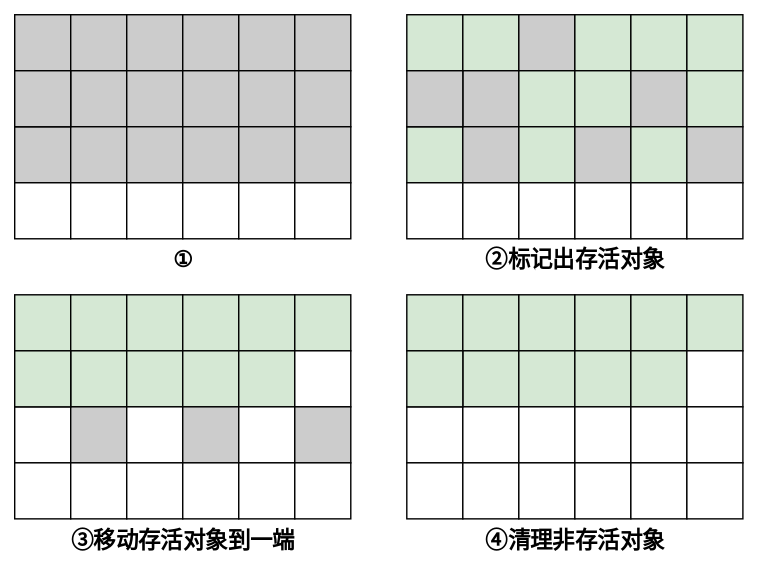
Before: Java/JVM/GC回收机制/标记整理算法.drawio.svg, a diagram exported from draw.io (Developer-Tang/notes). Source tidied: cells renumbered, new cells last; positions are measured from the earlier drawing's top-left corner, leaving out a move shared by most shapes. The source it was exported from:
```xml
<mxGraphModel>
  <root>
    <mxCell id="0" />
    <mxCell id="1" parent="0" />
    <mxCell id="2" style="rounded=0;whiteSpace=wrap;html=1;fillColor=#d5e8d4;strokeColor=#000000;fontSize=16;fontStyle=1;" parent="1" vertex="1">
      <mxGeometry y="200" width="40" height="40" as="geometry" />
    </mxCell>
    <mxCell id="3" style="rounded=0;whiteSpace=wrap;html=1;fillColor=#d5e8d4;strokeColor=#000000;fontSize=16;fontStyle=1;" parent="1" vertex="1">
      <mxGeometry x="40" y="200" width="40" height="40" as="geometry" />
    </mxCell>
    <mxCell id="4" style="rounded=0;whiteSpace=wrap;html=1;fillColor=#d5e8d4;strokeColor=#000000;fontSize=16;fontStyle=1;" parent="1" vertex="1">
      <mxGeometry x="80" y="200" width="40" height="40" as="geometry" />
    </mxCell>
    <mxCell id="5" style="rounded=0;whiteSpace=wrap;html=1;fillColor=#d5e8d4;strokeColor=#000000;fontSize=16;fontStyle=1;" parent="1" vertex="1">
      <mxGeometry x="120" y="200" width="40" height="40" as="geometry" />
    </mxCell>
    <mxCell id="6" style="rounded=0;whiteSpace=wrap;html=1;fillColor=#d5e8d4;strokeColor=#000000;fontSize=16;fontStyle=1;" parent="1" vertex="1">
      <mxGeometry x="160" y="200" width="40" height="40" as="geometry" />
    </mxCell>
    <mxCell id="7" style="rounded=0;whiteSpace=wrap;html=1;fillColor=#d5e8d4;strokeColor=#000000;fontSize=16;fontStyle=1;" parent="1" vertex="1">
      <mxGeometry x="200" y="200" width="40" height="40" as="geometry" />
    </mxCell>
    <mxCell id="8" style="rounded=0;whiteSpace=wrap;html=1;fillColor=#d5e8d4;strokeColor=#000000;fontSize=16;fontStyle=1;" parent="1" vertex="1">
      <mxGeometry x="40" y="240" width="40" height="40" as="geometry" />
    </mxCell>
    <mxCell id="9" style="rounded=0;whiteSpace=wrap;html=1;fillColor=#d5e8d4;strokeColor=#000000;fontSize=16;fontStyle=1;" parent="1" vertex="1">
      <mxGeometry x="80" y="240" width="40" height="40" as="geometry" />
    </mxCell>
    <mxCell id="10" style="rounded=0;whiteSpace=wrap;html=1;fontSize=16;fontStyle=1;fillColor=#d5e8d4;strokeColor=#000000;" parent="1" vertex="1">
      <mxGeometry x="120" y="240" width="40" height="40" as="geometry" />
    </mxCell>
    <mxCell id="11" style="rounded=0;whiteSpace=wrap;html=1;fontSize=16;fontStyle=1;fillColor=#d5e8d4;strokeColor=#000000;" parent="1" vertex="1">
      <mxGeometry x="160" y="240" width="40" height="40" as="geometry" />
    </mxCell>
    <mxCell id="12" style="rounded=0;whiteSpace=wrap;html=1;fontSize=16;fontStyle=1;strokeColor=#000000;" parent="1" vertex="1">
      <mxGeometry x="200" y="240" width="40" height="40" as="geometry" />
    </mxCell>
    <mxCell id="13" style="rounded=0;whiteSpace=wrap;html=1;fontSize=16;fontStyle=1;strokeColor=#000000;" parent="1" vertex="1">
      <mxGeometry y="280" width="40" height="40" as="geometry" />
    </mxCell>
    <mxCell id="14" style="rounded=0;whiteSpace=wrap;html=1;fontSize=16;fontStyle=1;fillColor=#CCCCCC;strokeColor=#000000;fontColor=#ffffff;" parent="1" vertex="1">
      <mxGeometry x="40" y="280" width="40" height="40" as="geometry" />
    </mxCell>
    <mxCell id="15" style="rounded=0;whiteSpace=wrap;html=1;fontSize=16;fontStyle=1;strokeColor=#000000;" parent="1" vertex="1">
      <mxGeometry x="80" y="280" width="40" height="40" as="geometry" />
    </mxCell>
    <mxCell id="16" style="rounded=0;whiteSpace=wrap;html=1;fontSize=16;fontStyle=1;fillColor=#CCCCCC;strokeColor=#000000;fontColor=#ffffff;" parent="1" vertex="1">
      <mxGeometry x="120" y="280" width="40" height="40" as="geometry" />
    </mxCell>
    <mxCell id="17" style="rounded=0;whiteSpace=wrap;html=1;fontSize=16;fontStyle=1;strokeColor=#000000;" parent="1" vertex="1">
      <mxGeometry x="160" y="280" width="40" height="40" as="geometry" />
    </mxCell>
    <mxCell id="18" style="rounded=0;whiteSpace=wrap;html=1;fontSize=16;fontStyle=1;fillColor=#CCCCCC;strokeColor=#000000;fontColor=#ffffff;" parent="1" vertex="1">
      <mxGeometry x="200" y="280" width="40" height="40" as="geometry" />
    </mxCell>
    <mxCell id="19" style="rounded=0;whiteSpace=wrap;html=1;fontSize=16;fontStyle=1;strokeColor=#000000;" parent="1" vertex="1">
      <mxGeometry y="320" width="40" height="40" as="geometry" />
    </mxCell>
    <mxCell id="20" style="rounded=0;whiteSpace=wrap;html=1;fontSize=16;fontStyle=1;strokeColor=#000000;" parent="1" vertex="1">
      <mxGeometry x="40" y="320" width="40" height="40" as="geometry" />
    </mxCell>
    <mxCell id="21" style="rounded=0;whiteSpace=wrap;html=1;fontSize=16;fontStyle=1;strokeColor=#000000;" parent="1" vertex="1">
      <mxGeometry x="80" y="320" width="40" height="40" as="geometry" />
    </mxCell>
    <mxCell id="22" style="rounded=0;whiteSpace=wrap;html=1;fontSize=16;fontStyle=1;strokeColor=#000000;" parent="1" vertex="1">
      <mxGeometry x="120" y="320" width="40" height="40" as="geometry" />
    </mxCell>
    <mxCell id="23" style="rounded=0;whiteSpace=wrap;html=1;fontSize=16;fontStyle=1;strokeColor=#000000;" parent="1" vertex="1">
      <mxGeometry x="160" y="320" width="40" height="40" as="geometry" />
    </mxCell>
    <mxCell id="24" style="rounded=0;whiteSpace=wrap;html=1;fontSize=16;fontStyle=1;strokeColor=#000000;" parent="1" vertex="1">
      <mxGeometry x="200" y="320" width="40" height="40" as="geometry" />
    </mxCell>
    <mxCell id="25" style="rounded=0;whiteSpace=wrap;html=1;fillColor=#d5e8d4;strokeColor=#000000;fontSize=16;fontStyle=1;" parent="1" vertex="1">
      <mxGeometry y="240" width="40" height="40" as="geometry" />
    </mxCell>
    <mxCell id="26" style="rounded=0;whiteSpace=wrap;html=1;fillColor=#CCCCCC;strokeColor=#000000;fontSize=16;fontStyle=1;fontColor=#333333;" parent="1" vertex="1">
      <mxGeometry width="40" height="40" as="geometry" />
    </mxCell>
    <mxCell id="27" style="rounded=0;whiteSpace=wrap;html=1;fillColor=#CCCCCC;strokeColor=#000000;fontSize=16;fontStyle=1;fontColor=#333333;" parent="1" vertex="1">
      <mxGeometry x="40" width="40" height="40" as="geometry" />
    </mxCell>
    <mxCell id="28" style="rounded=0;whiteSpace=wrap;html=1;fillColor=#CCCCCC;strokeColor=#000000;fontColor=#333333;fontSize=16;fontStyle=1;" parent="1" vertex="1">
      <mxGeometry x="80" width="40" height="40" as="geometry" />
    </mxCell>
    <mxCell id="29" style="rounded=0;whiteSpace=wrap;html=1;fillColor=#CCCCCC;strokeColor=#000000;fontSize=16;fontStyle=1;fontColor=#333333;" parent="1" vertex="1">
      <mxGeometry x="120" width="40" height="40" as="geometry" />
    </mxCell>
    <mxCell id="30" style="rounded=0;whiteSpace=wrap;html=1;fillColor=#CCCCCC;strokeColor=#000000;fontSize=16;fontStyle=1;fontColor=#333333;" parent="1" vertex="1">
      <mxGeometry x="160" width="40" height="40" as="geometry" />
    </mxCell>
    <mxCell id="31" style="rounded=0;whiteSpace=wrap;html=1;fillColor=#CCCCCC;strokeColor=#000000;fontSize=16;fontStyle=1;fontColor=#333333;" parent="1" vertex="1">
      <mxGeometry x="200" width="40" height="40" as="geometry" />
    </mxCell>
    <mxCell id="32" style="rounded=0;whiteSpace=wrap;html=1;fillColor=#CCCCCC;strokeColor=#000000;fontColor=#333333;fontSize=16;fontStyle=1;" parent="1" vertex="1">
      <mxGeometry x="40" y="40" width="40" height="40" as="geometry" />
    </mxCell>
    <mxCell id="33" style="rounded=0;whiteSpace=wrap;html=1;fillColor=#CCCCCC;strokeColor=#000000;fontSize=16;fontStyle=1;fontColor=#333333;" parent="1" vertex="1">
      <mxGeometry x="80" y="40" width="40" height="40" as="geometry" />
    </mxCell>
    <mxCell id="34" style="rounded=0;whiteSpace=wrap;html=1;fontSize=16;fontStyle=1;fillColor=#CCCCCC;strokeColor=#000000;fontColor=#333333;" parent="1" vertex="1">
      <mxGeometry x="120" y="40" width="40" height="40" as="geometry" />
    </mxCell>
    <mxCell id="35" style="rounded=0;whiteSpace=wrap;html=1;fontSize=16;fontStyle=1;fillColor=#CCCCCC;strokeColor=#000000;fontColor=#333333;" parent="1" vertex="1">
      <mxGeometry x="160" y="40" width="40" height="40" as="geometry" />
    </mxCell>
    <mxCell id="36" style="rounded=0;whiteSpace=wrap;html=1;fontSize=16;fontStyle=1;fillColor=#CCCCCC;strokeColor=#000000;fontColor=#333333;" parent="1" vertex="1">
      <mxGeometry x="200" y="40" width="40" height="40" as="geometry" />
    </mxCell>
    <mxCell id="37" style="rounded=0;whiteSpace=wrap;html=1;fontSize=16;fontStyle=1;fillColor=#CCCCCC;strokeColor=#000000;fontColor=#333333;" parent="1" vertex="1">
      <mxGeometry y="80" width="40" height="40" as="geometry" />
    </mxCell>
    <mxCell id="38" style="rounded=0;whiteSpace=wrap;html=1;fontSize=16;fontStyle=1;fillColor=#CCCCCC;strokeColor=#000000;fontColor=#333333;" parent="1" vertex="1">
      <mxGeometry x="40" y="80" width="40" height="40" as="geometry" />
    </mxCell>
    <mxCell id="39" style="rounded=0;whiteSpace=wrap;html=1;fontSize=16;fontStyle=1;fillColor=#CCCCCC;strokeColor=#000000;fontColor=#333333;" parent="1" vertex="1">
      <mxGeometry x="80" y="80" width="40" height="40" as="geometry" />
    </mxCell>
    <mxCell id="40" style="rounded=0;whiteSpace=wrap;html=1;fontSize=16;fontStyle=1;fillColor=#CCCCCC;strokeColor=#000000;fontColor=#333333;" parent="1" vertex="1">
      <mxGeometry x="120" y="80" width="40" height="40" as="geometry" />
    </mxCell>
    <mxCell id="41" style="rounded=0;whiteSpace=wrap;html=1;fontSize=16;fontStyle=1;fillColor=#CCCCCC;strokeColor=#000000;fontColor=#333333;" parent="1" vertex="1">
      <mxGeometry x="160" y="80" width="40" height="40" as="geometry" />
    </mxCell>
    <mxCell id="42" style="rounded=0;whiteSpace=wrap;html=1;fontSize=16;fontStyle=1;fillColor=#CCCCCC;strokeColor=#000000;fontColor=#333333;" parent="1" vertex="1">
      <mxGeometry x="200" y="80" width="40" height="40" as="geometry" />
    </mxCell>
    <mxCell id="43" style="rounded=0;whiteSpace=wrap;html=1;fontSize=16;fontStyle=1;strokeColor=#000000;" parent="1" vertex="1">
      <mxGeometry y="120" width="40" height="40" as="geometry" />
    </mxCell>
    <mxCell id="44" style="rounded=0;whiteSpace=wrap;html=1;fontSize=16;fontStyle=1;strokeColor=#000000;" parent="1" vertex="1">
      <mxGeometry x="40" y="120" width="40" height="40" as="geometry" />
    </mxCell>
    <mxCell id="45" style="rounded=0;whiteSpace=wrap;html=1;fontSize=16;fontStyle=1;strokeColor=#000000;" parent="1" vertex="1">
      <mxGeometry x="80" y="120" width="40" height="40" as="geometry" />
    </mxCell>
    <mxCell id="46" style="rounded=0;whiteSpace=wrap;html=1;fontSize=16;fontStyle=1;strokeColor=#000000;" parent="1" vertex="1">
      <mxGeometry x="120" y="120" width="40" height="40" as="geometry" />
    </mxCell>
    <mxCell id="47" style="rounded=0;whiteSpace=wrap;html=1;fontSize=16;fontStyle=1;strokeColor=#000000;" parent="1" vertex="1">
      <mxGeometry x="160" y="120" width="40" height="40" as="geometry" />
    </mxCell>
    <mxCell id="48" style="rounded=0;whiteSpace=wrap;html=1;fontSize=16;fontStyle=1;strokeColor=#000000;" parent="1" vertex="1">
      <mxGeometry x="200" y="120" width="40" height="40" as="geometry" />
    </mxCell>
    <mxCell id="49" style="rounded=0;whiteSpace=wrap;html=1;fillColor=#CCCCCC;strokeColor=#000000;fontColor=#333333;fontSize=16;fontStyle=1;" parent="1" vertex="1">
      <mxGeometry y="40" width="40" height="40" as="geometry" />
    </mxCell>
    <mxCell id="50" value="①" style="text;html=1;align=center;verticalAlign=middle;strokeColor=none;fillColor=none;fontSize=16;fontStyle=1;" parent="1" vertex="1">
      <mxGeometry x="100" y="160" width="40" height="30" as="geometry" />
    </mxCell>
    <mxCell id="51" style="rounded=0;whiteSpace=wrap;html=1;fillColor=#d5e8d4;strokeColor=#000000;fontSize=16;fontStyle=1;" parent="1" vertex="1">
      <mxGeometry x="280" width="40" height="40" as="geometry" />
    </mxCell>
    <mxCell id="52" style="rounded=0;whiteSpace=wrap;html=1;fillColor=#d5e8d4;strokeColor=#000000;fontSize=16;fontStyle=1;" parent="1" vertex="1">
      <mxGeometry x="320" width="40" height="40" as="geometry" />
    </mxCell>
    <mxCell id="53" style="rounded=0;whiteSpace=wrap;html=1;fillColor=#CCCCCC;strokeColor=#000000;fontColor=#333333;fontSize=16;fontStyle=1;" parent="1" vertex="1">
      <mxGeometry x="360" width="40" height="40" as="geometry" />
    </mxCell>
    <mxCell id="54" style="rounded=0;whiteSpace=wrap;html=1;fillColor=#d5e8d4;strokeColor=#000000;fontSize=16;fontStyle=1;" parent="1" vertex="1">
      <mxGeometry x="400" width="40" height="40" as="geometry" />
    </mxCell>
    <mxCell id="55" style="rounded=0;whiteSpace=wrap;html=1;fillColor=#d5e8d4;strokeColor=#000000;fontSize=16;fontStyle=1;" parent="1" vertex="1">
      <mxGeometry x="440" width="40" height="40" as="geometry" />
    </mxCell>
    <mxCell id="56" style="rounded=0;whiteSpace=wrap;html=1;fillColor=#d5e8d4;strokeColor=#000000;fontSize=16;fontStyle=1;" parent="1" vertex="1">
      <mxGeometry x="480" width="40" height="40" as="geometry" />
    </mxCell>
    <mxCell id="57" style="rounded=0;whiteSpace=wrap;html=1;fillColor=#CCCCCC;strokeColor=#000000;fontColor=#333333;fontSize=16;fontStyle=1;" parent="1" vertex="1">
      <mxGeometry x="320" y="40" width="40" height="40" as="geometry" />
    </mxCell>
    <mxCell id="58" style="rounded=0;whiteSpace=wrap;html=1;fillColor=#d5e8d4;strokeColor=#000000;fontSize=16;fontStyle=1;" parent="1" vertex="1">
      <mxGeometry x="360" y="40" width="40" height="40" as="geometry" />
    </mxCell>
    <mxCell id="59" style="rounded=0;whiteSpace=wrap;html=1;fontSize=16;fontStyle=1;fillColor=#d5e8d4;strokeColor=#000000;" parent="1" vertex="1">
      <mxGeometry x="400" y="40" width="40" height="40" as="geometry" />
    </mxCell>
    <mxCell id="60" style="rounded=0;whiteSpace=wrap;html=1;fontSize=16;fontStyle=1;fillColor=#CCCCCC;strokeColor=#000000;fontColor=#333333;" parent="1" vertex="1">
      <mxGeometry x="440" y="40" width="40" height="40" as="geometry" />
    </mxCell>
    <mxCell id="61" style="rounded=0;whiteSpace=wrap;html=1;fontSize=16;fontStyle=1;fillColor=#d5e8d4;strokeColor=#000000;" parent="1" vertex="1">
      <mxGeometry x="480" y="40" width="40" height="40" as="geometry" />
    </mxCell>
    <mxCell id="62" style="rounded=0;whiteSpace=wrap;html=1;fontSize=16;fontStyle=1;fillColor=#d5e8d4;strokeColor=#000000;" parent="1" vertex="1">
      <mxGeometry x="280" y="80" width="40" height="40" as="geometry" />
    </mxCell>
    <mxCell id="63" style="rounded=0;whiteSpace=wrap;html=1;fontSize=16;fontStyle=1;fillColor=#CCCCCC;strokeColor=#000000;fontColor=#333333;" parent="1" vertex="1">
      <mxGeometry x="320" y="80" width="40" height="40" as="geometry" />
    </mxCell>
    <mxCell id="64" style="rounded=0;whiteSpace=wrap;html=1;fontSize=16;fontStyle=1;fillColor=#d5e8d4;strokeColor=#000000;" parent="1" vertex="1">
      <mxGeometry x="360" y="80" width="40" height="40" as="geometry" />
    </mxCell>
    <mxCell id="65" style="rounded=0;whiteSpace=wrap;html=1;fontSize=16;fontStyle=1;fillColor=#CCCCCC;strokeColor=#000000;fontColor=#333333;" parent="1" vertex="1">
      <mxGeometry x="400" y="80" width="40" height="40" as="geometry" />
    </mxCell>
    <mxCell id="66" style="rounded=0;whiteSpace=wrap;html=1;fontSize=16;fontStyle=1;fillColor=#d5e8d4;strokeColor=#000000;" parent="1" vertex="1">
      <mxGeometry x="440" y="80" width="40" height="40" as="geometry" />
    </mxCell>
    <mxCell id="67" style="rounded=0;whiteSpace=wrap;html=1;fontSize=16;fontStyle=1;fillColor=#CCCCCC;strokeColor=#000000;fontColor=#333333;" parent="1" vertex="1">
      <mxGeometry x="480" y="80" width="40" height="40" as="geometry" />
    </mxCell>
    <mxCell id="68" style="rounded=0;whiteSpace=wrap;html=1;fontSize=16;fontStyle=1;strokeColor=#000000;" parent="1" vertex="1">
      <mxGeometry x="280" y="120" width="40" height="40" as="geometry" />
    </mxCell>
    <mxCell id="69" style="rounded=0;whiteSpace=wrap;html=1;fontSize=16;fontStyle=1;strokeColor=#000000;" parent="1" vertex="1">
      <mxGeometry x="320" y="120" width="40" height="40" as="geometry" />
    </mxCell>
    <mxCell id="70" style="rounded=0;whiteSpace=wrap;html=1;fontSize=16;fontStyle=1;strokeColor=#000000;" parent="1" vertex="1">
      <mxGeometry x="360" y="120" width="40" height="40" as="geometry" />
    </mxCell>
    <mxCell id="71" style="rounded=0;whiteSpace=wrap;html=1;fontSize=16;fontStyle=1;strokeColor=#000000;" parent="1" vertex="1">
      <mxGeometry x="400" y="120" width="40" height="40" as="geometry" />
    </mxCell>
    <mxCell id="72" style="rounded=0;whiteSpace=wrap;html=1;fontSize=16;fontStyle=1;strokeColor=#000000;" parent="1" vertex="1">
      <mxGeometry x="440" y="120" width="40" height="40" as="geometry" />
    </mxCell>
    <mxCell id="73" style="rounded=0;whiteSpace=wrap;html=1;fontSize=16;fontStyle=1;strokeColor=#000000;" parent="1" vertex="1">
      <mxGeometry x="480" y="120" width="40" height="40" as="geometry" />
    </mxCell>
    <mxCell id="74" style="rounded=0;whiteSpace=wrap;html=1;fillColor=#CCCCCC;strokeColor=#000000;fontColor=#333333;fontSize=16;fontStyle=1;fillStyle=auto;" parent="1" vertex="1">
      <mxGeometry x="280" y="40" width="40" height="40" as="geometry" />
    </mxCell>
    <mxCell id="75" value="②标记出存活对象" style="text;html=1;align=center;verticalAlign=middle;strokeColor=none;fillColor=none;fontSize=16;fontStyle=1;" parent="1" vertex="1">
      <mxGeometry x="325" y="160" width="150" height="30" as="geometry" />
    </mxCell>
    <mxCell id="76" value="③移动存活对象到一端" style="text;html=1;align=center;verticalAlign=middle;strokeColor=none;fillColor=none;fontSize=16;fontStyle=1;" parent="1" vertex="1">
      <mxGeometry x="30" y="360" width="180" height="30" as="geometry" />
    </mxCell>
    <mxCell id="77" style="rounded=0;whiteSpace=wrap;html=1;fillColor=#d5e8d4;strokeColor=#000000;fontSize=16;fontStyle=1;" parent="1" vertex="1">
      <mxGeometry x="280" y="200" width="40" height="40" as="geometry" />
    </mxCell>
    <mxCell id="78" style="rounded=0;whiteSpace=wrap;html=1;fillColor=#d5e8d4;strokeColor=#000000;fontSize=16;fontStyle=1;" parent="1" vertex="1">
      <mxGeometry x="320" y="200" width="40" height="40" as="geometry" />
    </mxCell>
    <mxCell id="79" style="rounded=0;whiteSpace=wrap;html=1;fillColor=#d5e8d4;strokeColor=#000000;fontSize=16;fontStyle=1;" parent="1" vertex="1">
      <mxGeometry x="360" y="200" width="40" height="40" as="geometry" />
    </mxCell>
    <mxCell id="80" style="rounded=0;whiteSpace=wrap;html=1;fillColor=#d5e8d4;strokeColor=#000000;fontSize=16;fontStyle=1;" parent="1" vertex="1">
      <mxGeometry x="400" y="200" width="40" height="40" as="geometry" />
    </mxCell>
    <mxCell id="81" style="rounded=0;whiteSpace=wrap;html=1;fillColor=#d5e8d4;strokeColor=#000000;fontSize=16;fontStyle=1;" parent="1" vertex="1">
      <mxGeometry x="440" y="200" width="40" height="40" as="geometry" />
    </mxCell>
    <mxCell id="82" style="rounded=0;whiteSpace=wrap;html=1;fillColor=#d5e8d4;strokeColor=#000000;fontSize=16;fontStyle=1;" parent="1" vertex="1">
      <mxGeometry x="480" y="200" width="40" height="40" as="geometry" />
    </mxCell>
    <mxCell id="83" style="rounded=0;whiteSpace=wrap;html=1;fillColor=#d5e8d4;strokeColor=#000000;fontSize=16;fontStyle=1;" parent="1" vertex="1">
      <mxGeometry x="320" y="240" width="40" height="40" as="geometry" />
    </mxCell>
    <mxCell id="84" style="rounded=0;whiteSpace=wrap;html=1;fillColor=#d5e8d4;strokeColor=#000000;fontSize=16;fontStyle=1;" parent="1" vertex="1">
      <mxGeometry x="360" y="240" width="40" height="40" as="geometry" />
    </mxCell>
    <mxCell id="85" style="rounded=0;whiteSpace=wrap;html=1;fontSize=16;fontStyle=1;fillColor=#d5e8d4;strokeColor=#000000;" parent="1" vertex="1">
      <mxGeometry x="400" y="240" width="40" height="40" as="geometry" />
    </mxCell>
    <mxCell id="86" style="rounded=0;whiteSpace=wrap;html=1;fontSize=16;fontStyle=1;fillColor=#d5e8d4;strokeColor=#000000;" parent="1" vertex="1">
      <mxGeometry x="440" y="240" width="40" height="40" as="geometry" />
    </mxCell>
    <mxCell id="87" style="rounded=0;whiteSpace=wrap;html=1;fontSize=16;fontStyle=1;strokeColor=#000000;" parent="1" vertex="1">
      <mxGeometry x="480" y="240" width="40" height="40" as="geometry" />
    </mxCell>
    <mxCell id="88" style="rounded=0;whiteSpace=wrap;html=1;fontSize=16;fontStyle=1;" parent="1" vertex="1">
      <mxGeometry x="280" y="280" width="40" height="40" as="geometry" />
    </mxCell>
    <mxCell id="89" style="rounded=0;whiteSpace=wrap;html=1;fontSize=16;fontStyle=1;" parent="1" vertex="1">
      <mxGeometry x="320" y="280" width="40" height="40" as="geometry" />
    </mxCell>
    <mxCell id="90" style="rounded=0;whiteSpace=wrap;html=1;fontSize=16;fontStyle=1;" parent="1" vertex="1">
      <mxGeometry x="360" y="280" width="40" height="40" as="geometry" />
    </mxCell>
    <mxCell id="91" style="rounded=0;whiteSpace=wrap;html=1;fontSize=16;fontStyle=1;" parent="1" vertex="1">
      <mxGeometry x="400" y="280" width="40" height="40" as="geometry" />
    </mxCell>
    <mxCell id="92" style="rounded=0;whiteSpace=wrap;html=1;fontSize=16;fontStyle=1;" parent="1" vertex="1">
      <mxGeometry x="440" y="280" width="40" height="40" as="geometry" />
    </mxCell>
    <mxCell id="93" style="rounded=0;whiteSpace=wrap;html=1;fontSize=16;fontStyle=1;" parent="1" vertex="1">
      <mxGeometry x="480" y="280" width="40" height="40" as="geometry" />
    </mxCell>
    <mxCell id="94" style="rounded=0;whiteSpace=wrap;html=1;fontSize=16;fontStyle=1;" parent="1" vertex="1">
      <mxGeometry x="280" y="320" width="40" height="40" as="geometry" />
    </mxCell>
    <mxCell id="95" style="rounded=0;whiteSpace=wrap;html=1;fontSize=16;fontStyle=1;" parent="1" vertex="1">
      <mxGeometry x="320" y="320" width="40" height="40" as="geometry" />
    </mxCell>
    <mxCell id="96" style="rounded=0;whiteSpace=wrap;html=1;fontSize=16;fontStyle=1;" parent="1" vertex="1">
      <mxGeometry x="360" y="320" width="40" height="40" as="geometry" />
    </mxCell>
    <mxCell id="97" style="rounded=0;whiteSpace=wrap;html=1;fontSize=16;fontStyle=1;" parent="1" vertex="1">
      <mxGeometry x="400" y="320" width="40" height="40" as="geometry" />
    </mxCell>
    <mxCell id="98" style="rounded=0;whiteSpace=wrap;html=1;fontSize=16;fontStyle=1;" parent="1" vertex="1">
      <mxGeometry x="440" y="320" width="40" height="40" as="geometry" />
    </mxCell>
    <mxCell id="99" style="rounded=0;whiteSpace=wrap;html=1;fontSize=16;fontStyle=1;" parent="1" vertex="1">
      <mxGeometry x="480" y="320" width="40" height="40" as="geometry" />
    </mxCell>
    <mxCell id="100" style="rounded=0;whiteSpace=wrap;html=1;fillColor=#d5e8d4;strokeColor=#000000;fontSize=16;fontStyle=1;" parent="1" vertex="1">
      <mxGeometry x="280" y="240" width="40" height="40" as="geometry" />
    </mxCell>
    <mxCell id="101" value="④清理非存活对象" style="text;html=1;align=center;verticalAlign=middle;strokeColor=none;fillColor=none;fontSize=16;fontStyle=1;" parent="1" vertex="1">
      <mxGeometry x="325" y="360" width="150" height="30" as="geometry" />
    </mxCell>
  </root>
</mxGraphModel>
```
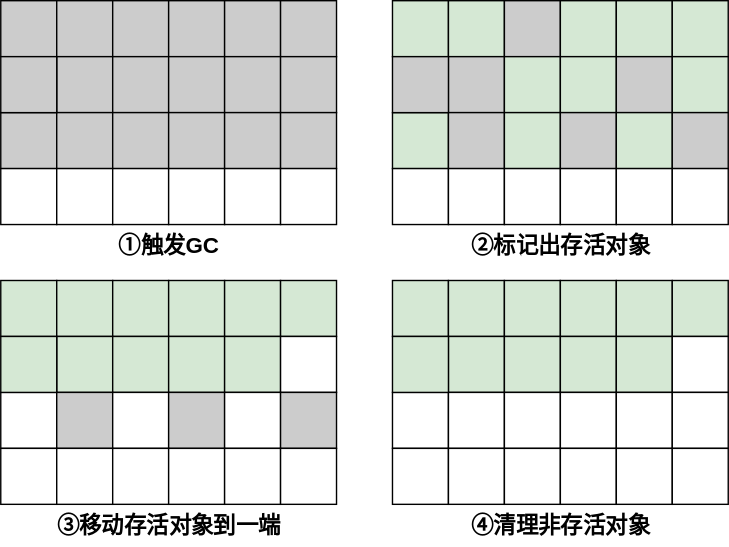
The same diagram one commit later.

Diff of the diagram source:
```diff
@@ -146,8 +146,8 @@
     <mxCell id="49" style="rounded=0;whiteSpace=wrap;html=1;fillColor=#CCCCCC;strokeColor=#000000;fontColor=#333333;fontSize=16;fontStyle=1;" parent="1" vertex="1">
       <mxGeometry y="40" width="40" height="40" as="geometry" />
     </mxCell>
-    <mxCell id="50" value="①" style="text;html=1;align=center;verticalAlign=middle;strokeColor=none;fillColor=none;fontSize=16;fontStyle=1;" parent="1" vertex="1">
-      <mxGeometry x="100" y="160" width="40" height="30" as="geometry" />
+    <mxCell id="50" value="①触发GC" style="text;html=1;align=center;verticalAlign=middle;strokeColor=none;fillColor=none;fontSize=16;fontStyle=1;" parent="1" vertex="1">
+      <mxGeometry x="70" y="160" width="100" height="30" as="geometry" />
     </mxCell>
     <mxCell id="51" style="rounded=0;whiteSpace=wrap;html=1;fillColor=#d5e8d4;strokeColor=#000000;fontSize=16;fontStyle=1;" parent="1" vertex="1">
       <mxGeometry x="280" width="40" height="40" as="geometry" />
```
